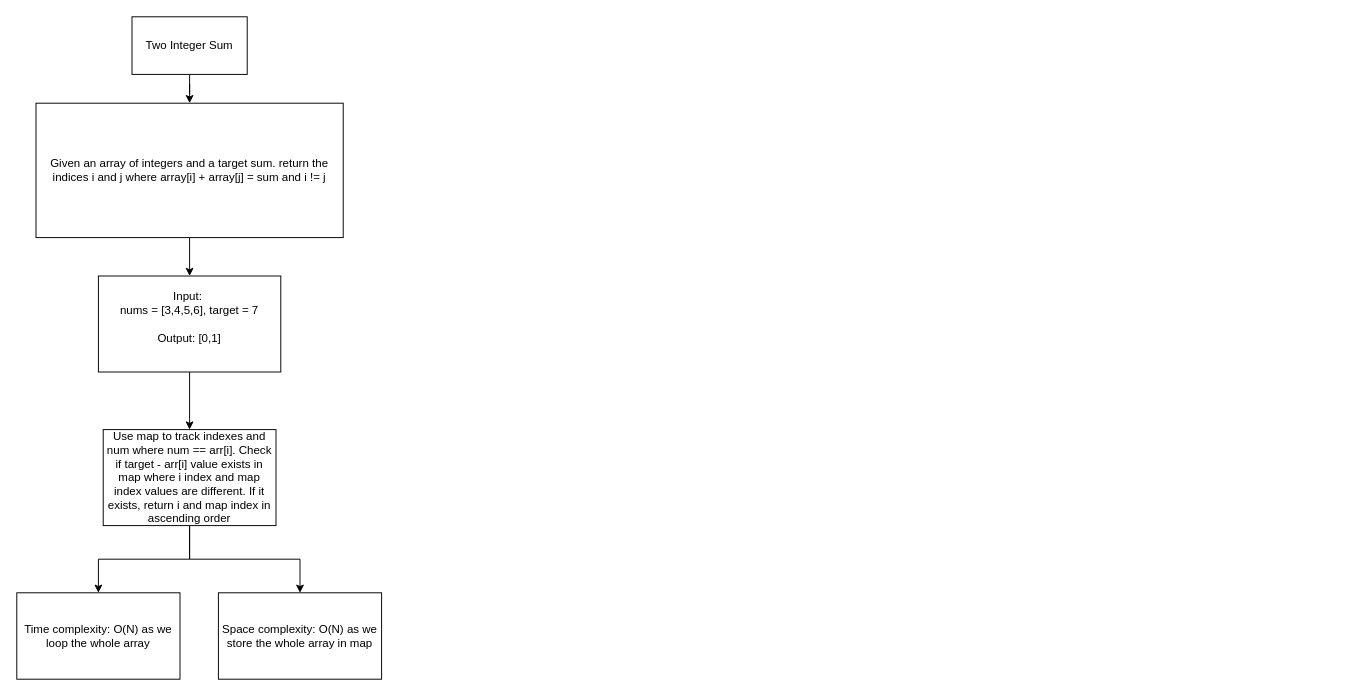
Earlier version of the draw.io diagram neetcodeproblems.drawio (KaidenCoder/DrawIORepo). Source tidied: cells renumbered, new cells numbered last; positions are measured from the earlier drawing's top-left corner, leaving out a move shared by most shapes. Both pictures are drawn from the tidied source at 96%, with x=0, y=0 at pixel (16, 16).
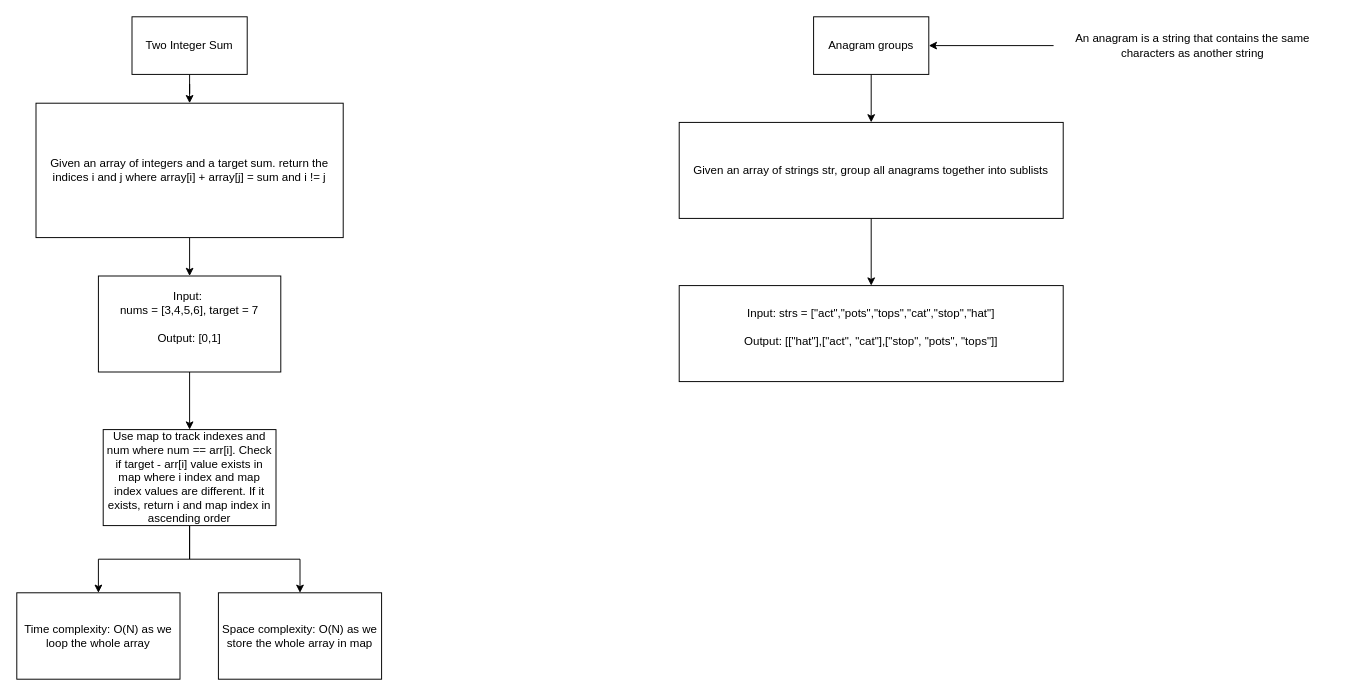
Above is the later version.

Diff of the diagram source:
```diff
@@
 <mxGraphModel>
   <root>
     <mxCell id="0" />
     <mxCell id="1" parent="0" />
     <mxCell id="2" style="edgeStyle=orthogonalEdgeStyle;rounded=0;jettySize=auto;html=1;entryX=0.5;entryY=0;entryDx=0;entryDy=0;" parent="1" edge="1" source="3" target="5">
       <mxGeometry relative="1" as="geometry" />
     </mxCell>
     <mxCell id="3" value="Two Integer Sum" style="rounded=0;whiteSpace=wrap;html=1;" parent="1" vertex="1">
       <mxGeometry x="120" width="120" height="60" as="geometry" />
     </mxCell>
     <mxCell id="4" style="edgeStyle=orthogonalEdgeStyle;rounded=0;jettySize=auto;html=1;entryX=0.5;entryY=0;entryDx=0;entryDy=0;" parent="1" edge="1" source="5" target="7">
       <mxGeometry relative="1" as="geometry" />
     </mxCell>
     <mxCell id="5" value="Given an array of integers and a target sum. return the indices i and j where array[i] + array[j] = sum and i != j" style="rounded=0;whiteSpace=wrap;html=1;" parent="1" vertex="1">
       <mxGeometry x="20" y="90" width="320" height="140" as="geometry" />
     </mxCell>
     <mxCell id="6" style="edgeStyle=orthogonalEdgeStyle;rounded=0;jettySize=auto;html=1;entryX=0.5;entryY=0;entryDx=0;entryDy=0;" parent="1" edge="1" source="7" target="10">
       <mxGeometry relative="1" as="geometry" />
     </mxCell>
     <mxCell id="7" value="&lt;div&gt;Input:&amp;nbsp;&lt;/div&gt;&lt;div&gt;nums = [3,4,5,6], target = 7&lt;/div&gt;&lt;div&gt;&lt;br&gt;&lt;/div&gt;&lt;div&gt;Output: [0,1]&lt;/div&gt;&lt;div&gt;&lt;br&gt;&lt;/div&gt;" style="rounded=0;whiteSpace=wrap;html=1;" parent="1" vertex="1">
       <mxGeometry x="85" y="270" width="190" height="100" as="geometry" />
     </mxCell>
     <mxCell id="8" style="edgeStyle=orthogonalEdgeStyle;rounded=0;jettySize=auto;html=1;" parent="1" edge="1" source="10" target="11">
       <mxGeometry relative="1" as="geometry" />
     </mxCell>
     <mxCell id="9" style="edgeStyle=orthogonalEdgeStyle;rounded=0;jettySize=auto;html=1;" parent="1" edge="1" source="10" target="12">
       <mxGeometry relative="1" as="geometry" />
     </mxCell>
     <mxCell id="10" value="Use map to track indexes and num where num == arr[i]. Check if target - arr[i] value exists in map where i index and map index values are different. If it exists, return i and map index in ascending order" style="rounded=0;whiteSpace=wrap;html=1;" parent="1" vertex="1">
       <mxGeometry x="90" y="430" width="180" height="100" as="geometry" />
     </mxCell>
     <mxCell id="11" value="Time complexity: O(N) as we loop the whole array" style="rounded=0;whiteSpace=wrap;html=1;" parent="1" vertex="1">
       <mxGeometry y="600" width="170" height="90" as="geometry" />
     </mxCell>
     <mxCell id="12" value="Space complexity: O(N) as we store the whole array in map" style="rounded=0;whiteSpace=wrap;html=1;" parent="1" vertex="1">
       <mxGeometry x="210" y="600" width="170" height="90" as="geometry" />
     </mxCell>
+    <mxCell id="13" style="edgeStyle=orthogonalEdgeStyle;rounded=0;jettySize=auto;html=1;" parent="1" edge="1" source="14" target="16">
+      <mxGeometry relative="1" as="geometry" />
+    </mxCell>
+    <mxCell id="14" value="Anagram groups" style="rounded=0;whiteSpace=wrap;html=1;" parent="1" vertex="1">
+      <mxGeometry x="830" width="120" height="60" as="geometry" />
+    </mxCell>
+    <mxCell id="15" style="edgeStyle=orthogonalEdgeStyle;rounded=0;jettySize=auto;html=1;" parent="1" edge="1" source="16" target="19">
+      <mxGeometry relative="1" as="geometry" />
+    </mxCell>
+    <mxCell id="16" value="Given an array of strings str, group all anagrams together into sublists" style="rounded=0;whiteSpace=wrap;html=1;" parent="1" vertex="1">
+      <mxGeometry x="690" y="110" width="400" height="100" as="geometry" />
+    </mxCell>
+    <mxCell id="17" style="edgeStyle=orthogonalEdgeStyle;rounded=0;jettySize=auto;html=1;entryX=1;entryY=0.5;entryDx=0;entryDy=0;" parent="1" edge="1" source="18" target="14">
+      <mxGeometry relative="1" as="geometry" />
+    </mxCell>
+    <mxCell id="18" value="An anagram is a string that contains the same characters as another string" style="text;html=1;align=center;verticalAlign=middle;whiteSpace=wrap;rounded=0;" parent="1" vertex="1">
+      <mxGeometry x="1080" y="12.5" width="290" height="35" as="geometry" />
+    </mxCell>
+    <mxCell id="19" value="&lt;div&gt;Input: strs = [&quot;act&quot;,&quot;pots&quot;,&quot;tops&quot;,&quot;cat&quot;,&quot;stop&quot;,&quot;hat&quot;]&lt;/div&gt;&lt;div&gt;&lt;br&gt;&lt;/div&gt;&lt;div&gt;Output: [[&quot;hat&quot;],[&quot;act&quot;, &quot;cat&quot;],[&quot;stop&quot;, &quot;pots&quot;, &quot;tops&quot;]]&lt;/div&gt;&lt;div&gt;&lt;br&gt;&lt;/div&gt;" style="rounded=0;whiteSpace=wrap;html=1;" parent="1" vertex="1">
+      <mxGeometry x="690" y="280" width="400" height="100" as="geometry" />
+    </mxCell>
   </root>
 </mxGraphModel>
```
